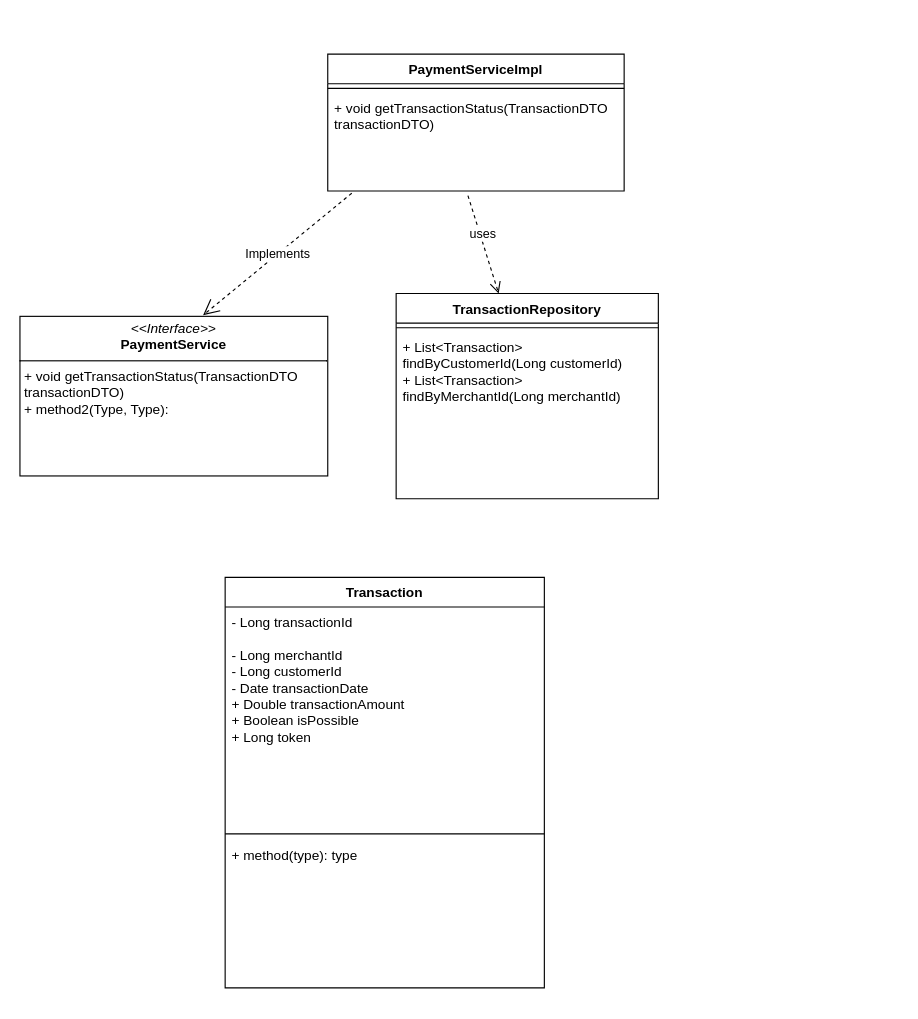
This is Diagramme de classes PaymentService.drawio from msisitr/aventix-design, a draw.io file, before an edit. Source tidied: cells renumbered, new cells numbered last; positions are measured from the earlier drawing's top-left corner, leaving out a move shared by most shapes. Both pictures are drawn from the tidied source at 114%, with x=0, y=0 at pixel (19, 54).
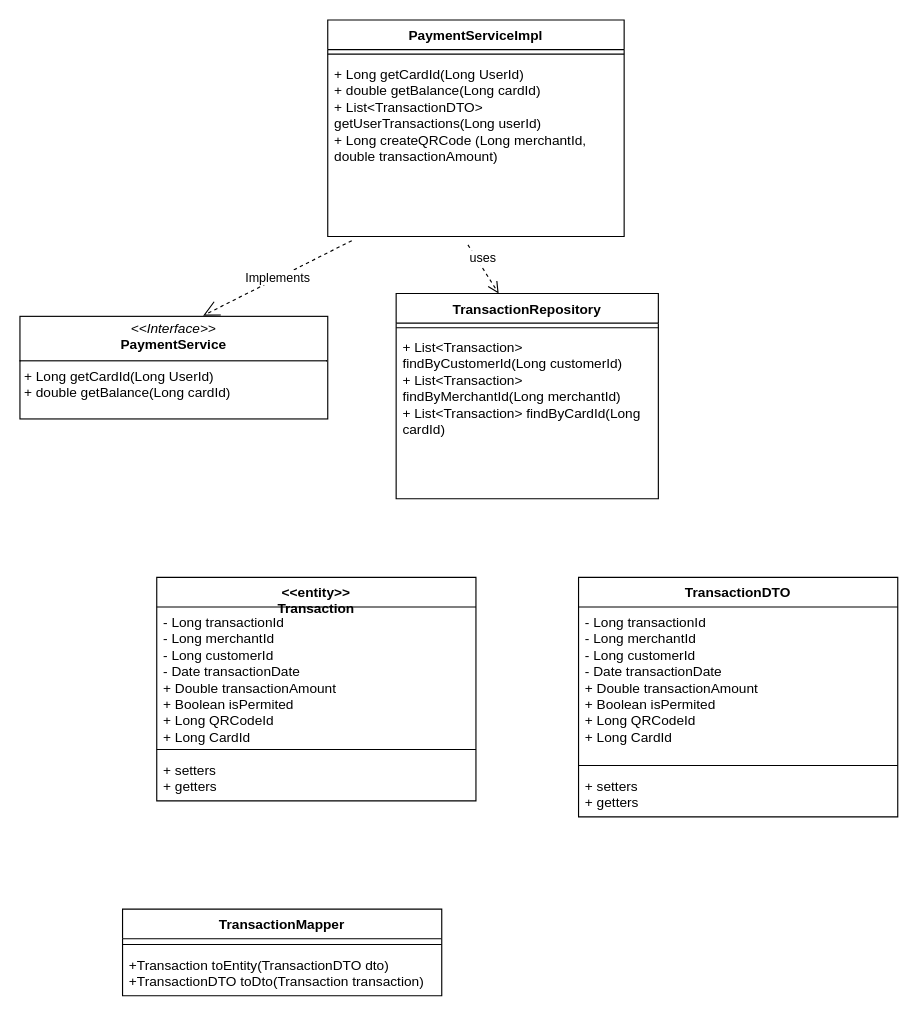
The same diagram, later.

Commit message:
add a ante-reunion version of the service

The change refers to these unchanged cells:
```xml
<mxCell id="7" value="TransactionRepository" style="swimlane;fontStyle=1;align=center;verticalAlign=top;horizontal=1;startSize=26;whiteSpace=wrap;html=1;" parent="1" vertex="1">
  <mxGeometry x="330" y="210" width="230" height="180" as="geometry" />
</mxCell>
```

Diff of the diagram source:
```diff
@@
-    <mxCell id="2" value="&lt;p style=&quot;margin:0px;margin-top:4px;text-align:center;&quot;&gt;&lt;i&gt;&amp;lt;&amp;lt;Interface&amp;gt;&amp;gt;&lt;/i&gt;&lt;br&gt;&lt;b&gt;PaymentService&lt;/b&gt;&lt;/p&gt;&lt;hr size=&quot;1&quot; style=&quot;border-style:solid;&quot;&gt;&lt;p style=&quot;margin:0px;margin-left:4px;&quot;&gt;&lt;/p&gt;&lt;p style=&quot;margin:0px;margin-left:4px;&quot;&gt;+ void getTransactionStatus(TransactionDTO transactionDTO)&lt;br&gt;+ method2(Type, Type):&lt;/p&gt;" style="verticalAlign=top;align=left;overflow=fill;html=1;whiteSpace=wrap;" parent="1" vertex="1">
-      <mxGeometry y="230" width="270" height="140" as="geometry" />
+    <mxCell id="2" value="&lt;p style=&quot;margin:0px;margin-top:4px;text-align:center;&quot;&gt;&lt;i&gt;&amp;lt;&amp;lt;Interface&amp;gt;&amp;gt;&lt;/i&gt;&lt;br&gt;&lt;b&gt;PaymentService&lt;/b&gt;&lt;/p&gt;&lt;hr size=&quot;1&quot; style=&quot;border-style:solid;&quot;&gt;&lt;p style=&quot;margin:0px;margin-left:4px;&quot;&gt;&lt;/p&gt;&lt;p style=&quot;margin:0px;margin-left:4px;&quot;&gt;+ Long getCardId(Long UserId)&lt;br&gt;+ double getBalance(Long cardId)&lt;/p&gt;" style="verticalAlign=top;align=left;overflow=fill;html=1;whiteSpace=wrap;" parent="1" vertex="1">
+      <mxGeometry y="230" width="270" height="90" as="geometry" />
     </mxCell>
@@
     <mxCell id="4" value="PaymentServiceImpl" style="swimlane;fontStyle=1;align=center;verticalAlign=top;horizontal=1;startSize=26;whiteSpace=wrap;html=1;" parent="1" vertex="1">
-      <mxGeometry x="270" width="260" height="120" as="geometry" />
+      <mxGeometry x="270" y="-30" width="260" height="190" as="geometry" />
     </mxCell>
@@
-    <mxCell id="6" value="+ void getTransactionStatus(TransactionDTO transactionDTO)" style="text;strokeColor=none;fillColor=none;align=left;verticalAlign=top;spacingLeft=4;spacingRight=4;overflow=hidden;points=[[0,0.5],[1,0.5]];portConstraint=eastwest;whiteSpace=wrap;html=1;" parent="4" vertex="1">
-      <mxGeometry y="34" width="260" height="86" as="geometry" />
+    <mxCell id="6" value="&lt;div&gt;+ Long getCardId(Long UserId)&lt;br&gt;+ double getBalance(Long cardId)&lt;/div&gt;&lt;div&gt;+ List&amp;lt;TransactionDTO&amp;gt; getUserTransactions(Long userId)&lt;/div&gt;&lt;div&gt;+ Long createQRCode (Long merchantId, double transactionAmount)&lt;/div&gt;&lt;div&gt;&lt;br&gt;&lt;/div&gt;&lt;div&gt;&amp;nbsp;&lt;/div&gt;&lt;div&gt;&lt;br&gt;&lt;/div&gt;&lt;div&gt;&lt;br&gt;&lt;/div&gt;&lt;div&gt;&lt;br&gt;&lt;/div&gt;" style="text;strokeColor=none;fillColor=none;align=left;verticalAlign=top;spacingLeft=4;spacingRight=4;overflow=hidden;points=[[0,0.5],[1,0.5]];portConstraint=eastwest;whiteSpace=wrap;html=1;" parent="4" vertex="1">
+      <mxGeometry y="34" width="260" height="156" as="geometry" />
     </mxCell>
@@
-    <mxCell id="9" value="+ List&amp;lt;Transaction&amp;gt; findByCustomerId(Long customerId)&lt;div&gt;+ List&amp;lt;Transaction&amp;gt; findByMerchantId(Long merchantId)&lt;/div&gt;" style="text;strokeColor=none;fillColor=none;align=left;verticalAlign=top;spacingLeft=4;spacingRight=4;overflow=hidden;whiteSpace=wrap;html=1;" parent="7" vertex="1">
+    <mxCell id="9" value="+ List&amp;lt;Transaction&amp;gt; findByCustomerId(Long customerId)&lt;div&gt;+ List&amp;lt;Transaction&amp;gt; findByMerchantId(Long merchantId)&lt;/div&gt;&lt;div&gt;+ List&amp;lt;Transaction&amp;gt; findByCardId(Long cardId)&lt;/div&gt;" style="text;strokeColor=none;fillColor=none;align=left;verticalAlign=top;spacingLeft=4;spacingRight=4;overflow=hidden;whiteSpace=wrap;html=1;" parent="7" vertex="1">
       <mxGeometry y="34" width="230" height="146" as="geometry" />
     </mxCell>
@@
-    <mxCell id="11" value="Transaction" style="swimlane;fontStyle=1;align=center;verticalAlign=top;horizontal=1;startSize=26;whiteSpace=wrap;html=1;" parent="1" vertex="1">
-      <mxGeometry x="180" y="459" width="280" height="360" as="geometry" />
+    <mxCell id="11" value="&lt;div&gt;&amp;lt;&amp;lt;entity&amp;gt;&amp;gt;&lt;/div&gt;Transaction" style="swimlane;fontStyle=1;align=center;verticalAlign=top;horizontal=1;startSize=26;whiteSpace=wrap;html=1;" parent="1" vertex="1">
+      <mxGeometry x="120" y="459" width="280" height="196" as="geometry" />
     </mxCell>
-    <mxCell id="12" value="- Long transactionId&lt;div&gt;&lt;br&gt;&lt;/div&gt;&lt;div&gt;- Long merchantId&lt;/div&gt;&lt;div&gt;- Long customerId&lt;/div&gt;&lt;div&gt;- Date transactionDate&lt;/div&gt;&lt;div&gt;+ Double transactionAmount&amp;nbsp;&lt;/div&gt;&lt;div&gt;+ Boolean isPossible&amp;nbsp;&lt;/div&gt;&lt;div&gt;+ Long token&lt;/div&gt;&lt;div&gt;&lt;br&gt;&lt;/div&gt;&lt;div&gt;&lt;br&gt;&lt;/div&gt;" style="text;strokeColor=none;fillColor=none;align=left;verticalAlign=top;spacingLeft=4;spacingRight=4;overflow=hidden;whiteSpace=wrap;html=1;" parent="11" vertex="1">
-      <mxGeometry y="26" width="280" height="194" as="geometry" />
+    <mxCell id="12" value="- Long transactionId&lt;div&gt;- Long merchantId&lt;/div&gt;&lt;div&gt;- Long customerId&lt;/div&gt;&lt;div&gt;- Date transactionDate&lt;/div&gt;&lt;div&gt;+ Double transactionAmount&amp;nbsp;&lt;/div&gt;&lt;div&gt;+ Boolean isPermited&amp;nbsp;&lt;/div&gt;&lt;div&gt;+ Long QRCodeId&lt;/div&gt;&lt;div&gt;+ Long CardId&lt;/div&gt;&lt;div&gt;&lt;br&gt;&lt;/div&gt;&lt;div&gt;&lt;br&gt;&lt;/div&gt;&lt;div&gt;&lt;br&gt;&lt;/div&gt;" style="text;strokeColor=none;fillColor=none;align=left;verticalAlign=top;spacingLeft=4;spacingRight=4;overflow=hidden;whiteSpace=wrap;html=1;" parent="11" vertex="1">
+      <mxGeometry y="26" width="280" height="120" as="geometry" />
     </mxCell>
     <mxCell id="13" style="line;strokeWidth=1;fillColor=none;align=left;verticalAlign=middle;spacingTop=-1;spacingLeft=3;spacingRight=3;labelPosition=right;strokeColor=inherit;" parent="11" vertex="1">
-      <mxGeometry y="220" width="280" height="10" as="geometry" />
+      <mxGeometry y="146" width="280" height="10" as="geometry" />
     </mxCell>
-    <mxCell id="14" value="+ method(type): type" style="text;strokeColor=none;fillColor=none;align=left;verticalAlign=top;spacingLeft=4;spacingRight=4;overflow=hidden;whiteSpace=wrap;html=1;" parent="11" vertex="1">
-      <mxGeometry y="230" width="280" height="130" as="geometry" />
+    <mxCell id="14" value="+ setters&amp;nbsp;&lt;div&gt;+ getters&amp;nbsp;&lt;/div&gt;&lt;div&gt;&lt;br&gt;&lt;/div&gt;" style="text;strokeColor=none;fillColor=none;align=left;verticalAlign=top;spacingLeft=4;spacingRight=4;overflow=hidden;whiteSpace=wrap;html=1;" parent="11" vertex="1">
+      <mxGeometry y="156" width="280" height="40" as="geometry" />
     </mxCell>
+    <mxCell id="15" value="TransactionDTO" style="swimlane;fontStyle=1;align=center;verticalAlign=top;horizontal=1;startSize=26;whiteSpace=wrap;html=1;" parent="1" vertex="1">
+      <mxGeometry x="490" y="459" width="280" height="210" as="geometry" />
+    </mxCell>
+    <mxCell id="16" value="- Long transactionId&lt;div&gt;- Long merchantId&lt;/div&gt;&lt;div&gt;- Long customerId&lt;/div&gt;&lt;div&gt;- Date transactionDate&lt;/div&gt;&lt;div&gt;+ Double transactionAmount&amp;nbsp;&lt;/div&gt;&lt;div&gt;+ Boolean isPermited&amp;nbsp;&lt;/div&gt;&lt;div&gt;+ Long QRCodeId&lt;/div&gt;&lt;div&gt;+ Long CardId&lt;/div&gt;&lt;div&gt;&lt;br&gt;&lt;/div&gt;&lt;div&gt;&lt;br&gt;&lt;/div&gt;&lt;div&gt;&lt;br&gt;&lt;/div&gt;" style="text;strokeColor=none;fillColor=none;align=left;verticalAlign=top;spacingLeft=4;spacingRight=4;overflow=hidden;whiteSpace=wrap;html=1;" parent="15" vertex="1">
+      <mxGeometry y="26" width="280" height="134" as="geometry" />
+    </mxCell>
+    <mxCell id="17" style="line;strokeWidth=1;fillColor=none;align=left;verticalAlign=middle;spacingTop=-1;spacingLeft=3;spacingRight=3;labelPosition=right;strokeColor=inherit;" parent="15" vertex="1">
+      <mxGeometry y="160" width="280" height="10" as="geometry" />
+    </mxCell>
+    <mxCell id="18" value="+ setters&amp;nbsp;&lt;div&gt;+ getters&amp;nbsp;&lt;/div&gt;&lt;div&gt;&lt;br&gt;&lt;/div&gt;" style="text;strokeColor=none;fillColor=none;align=left;verticalAlign=top;spacingLeft=4;spacingRight=4;overflow=hidden;whiteSpace=wrap;html=1;" parent="15" vertex="1">
+      <mxGeometry y="170" width="280" height="40" as="geometry" />
+    </mxCell>
+    <mxCell id="19" value="&lt;div&gt;TransactionMapper&lt;/div&gt;" style="swimlane;fontStyle=1;align=center;verticalAlign=top;horizontal=1;startSize=26;whiteSpace=wrap;html=1;" parent="1" vertex="1">
+      <mxGeometry x="90" y="750" width="280" height="76" as="geometry" />
+    </mxCell>
+    <mxCell id="20" style="line;strokeWidth=1;fillColor=none;align=left;verticalAlign=middle;spacingTop=-1;spacingLeft=3;spacingRight=3;labelPosition=right;strokeColor=inherit;" parent="19" vertex="1">
+      <mxGeometry y="26" width="280" height="10" as="geometry" />
+    </mxCell>
+    <mxCell id="21" value="&lt;div&gt;&lt;div&gt;+Transaction toEntity(TransactionDTO dto)&lt;/div&gt;&lt;div&gt;+TransactionDTO toDto(Transaction transaction)&lt;/div&gt;&lt;/div&gt;" style="text;strokeColor=none;fillColor=none;align=left;verticalAlign=top;spacingLeft=4;spacingRight=4;overflow=hidden;whiteSpace=wrap;html=1;" parent="19" vertex="1">
+      <mxGeometry y="36" width="280" height="40" as="geometry" />
+    </mxCell>
```
